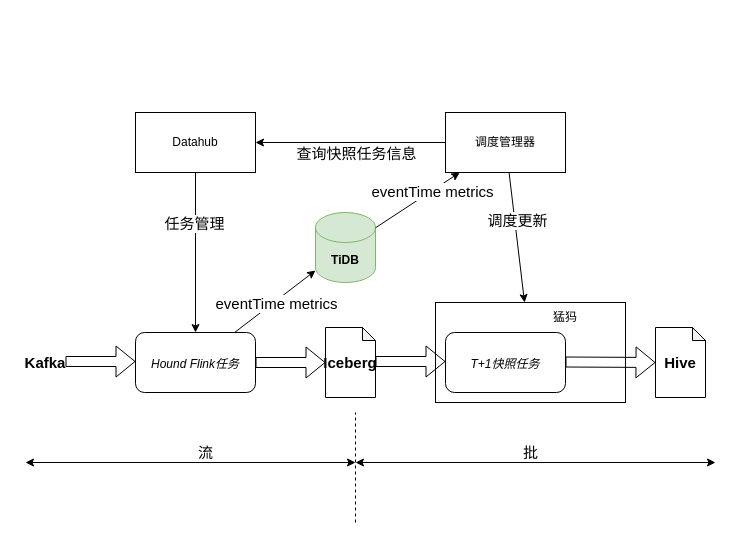
Above: 基于消息驱动的批流边界任务自动化调度.drawio in psd562013601/diagrams (draw.io), before the change. Source tidied: cells renumbered, new cells numbered last; positions are measured from the earlier drawing's top-left corner, leaving out a move shared by most shapes. Both pictures are drawn from the tidied source at 100%, with x=0, y=0 at pixel (25, 112).
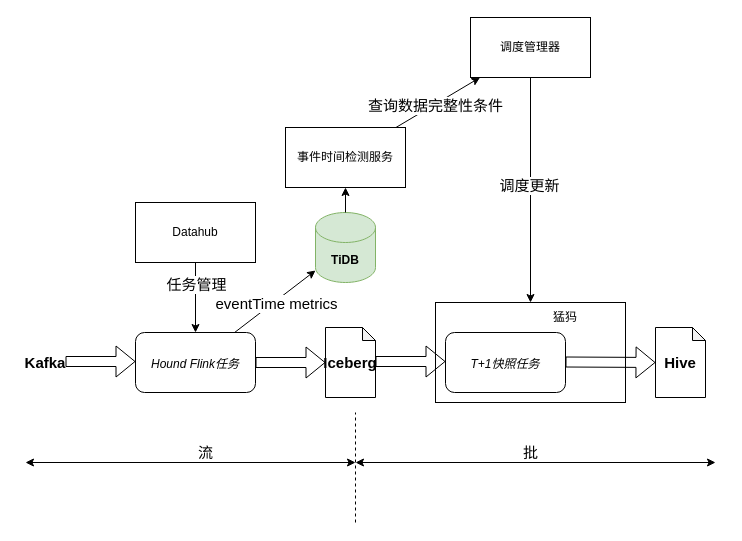
The same diagram, later.

Commit message:
Update 基于消息驱动的批流边界任务自动化调度.drawio

The change refers to these unchanged cells:
```xml
<mxCell id="4" value="TiDB" style="shape=cylinder3;whiteSpace=wrap;html=1;boundedLbl=1;backgroundOutline=1;size=15;fillColor=#d5e8d4;strokeColor=#82b366;fontStyle=1;" parent="1" vertex="1">
  <mxGeometry x="290" y="100" width="60" height="70" as="geometry" />
</mxCell>
<mxCell id="14" style="endArrow=classic;html=1;fontSize=15;" parent="1" edge="1" source="2">
  <mxGeometry relative="1" as="geometry">
    <mxPoint x="170" y="220" as="targetPoint" />
  </mxGeometry>
</mxCell>
```

What changed in the source:
```diff
@@
     <mxCell id="2" value="Datahub" style="rounded=0;whiteSpace=wrap;html=1;" parent="1" vertex="1">
-      <mxGeometry x="110" width="120" height="60" as="geometry" />
+      <mxGeometry x="110" y="90" width="120" height="60" as="geometry" />
     </mxCell>
     <mxCell id="3" value="调度管理器" style="rounded=0;whiteSpace=wrap;html=1;" parent="1" vertex="1">
-      <mxGeometry x="420" width="120" height="60" as="geometry" />
+      <mxGeometry x="445" y="-95" width="120" height="60" as="geometry" />
     </mxCell>
@@
     <mxCell id="15" value="任务管理" style="edgeLabel;html=1;align=center;verticalAlign=middle;fontSize=15;" parent="14" vertex="1">
       <mxGeometry x="0.25" y="-2" relative="1" as="geometry">
-        <mxPoint y="-50" as="offset" />
+        <mxPoint x="2" y="-23" as="offset" />
       </mxGeometry>
     </mxCell>
@@
-    <mxCell id="18" style="endArrow=classic;html=1;fontSize=15;" parent="1" edge="1" source="4" target="3">
+    <mxCell id="18" style="endArrow=classic;html=1;fontSize=15;" parent="1" edge="1" source="31" target="3">
       <mxGeometry relative="1" as="geometry" />
     </mxCell>
-    <mxCell id="19" value="eventTime metrics" style="edgeLabel;html=1;align=center;verticalAlign=middle;fontSize=15;" parent="18" vertex="1">
-      <mxGeometry x="0.32" relative="1" as="geometry" />
+    <mxCell id="19" value="查询数据完整性条件" style="edgeLabel;html=1;align=center;verticalAlign=middle;fontSize=15;" parent="18" vertex="1">
+      <mxGeometry x="0.32" relative="1" as="geometry">
+        <mxPoint x="-17" y="11" as="offset" />
+      </mxGeometry>
     </mxCell>
@@
-    <mxCell id="29" style="endArrow=classic;html=1;fontSize=15;" parent="1" edge="1" source="3" target="2">
-      <mxGeometry relative="1" as="geometry" />
-    </mxCell>
-    <mxCell id="30" value="查询快照任务信息" style="edgeLabel;html=1;align=center;verticalAlign=middle;fontSize=15;" parent="29" vertex="1">
-      <mxGeometry x="-0.53" y="-1" relative="1" as="geometry">
-        <mxPoint x="-45" y="11" as="offset" />
-      </mxGeometry>
-    </mxCell>
+    <mxCell id="31" value="事件时间检测服务" style="rounded=0;whiteSpace=wrap;html=1;" parent="1" vertex="1">
+      <mxGeometry x="260" y="15" width="120" height="60" as="geometry" />
+    </mxCell>
+    <mxCell id="32" style="endArrow=classic;html=1;" parent="1" edge="1" source="4" target="31">
+      <mxGeometry relative="1" as="geometry" />
+    </mxCell>
```
